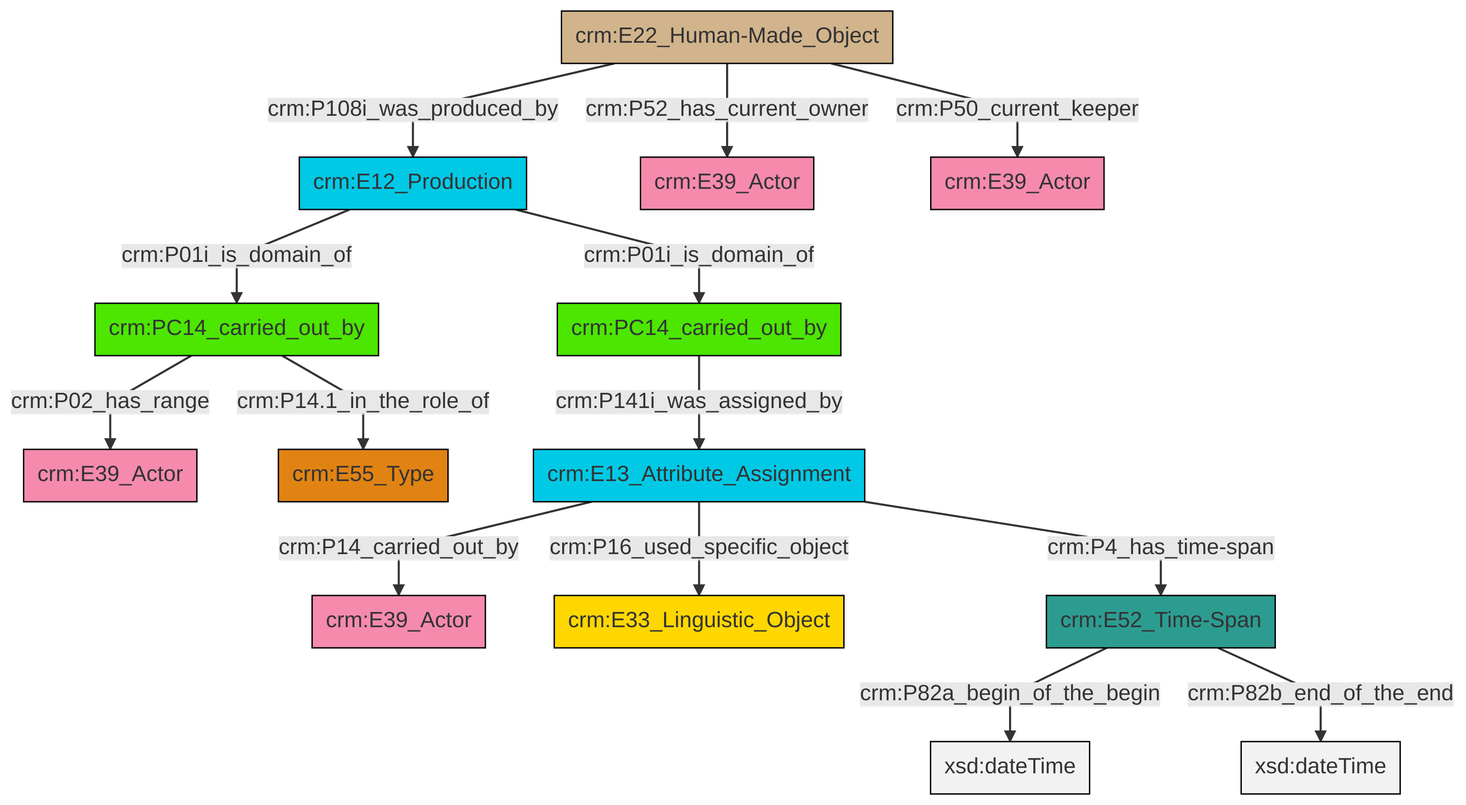
The Mermaid diagram et/carrierCSV/ttl/mmd/png/carrier_relations.png in swiss-art-research-net/docs.swissartresearch, before a commit. Its source is kept beside it as et/carrierCSV/ttl/mmd/carrier_relations.ttl.mmd.
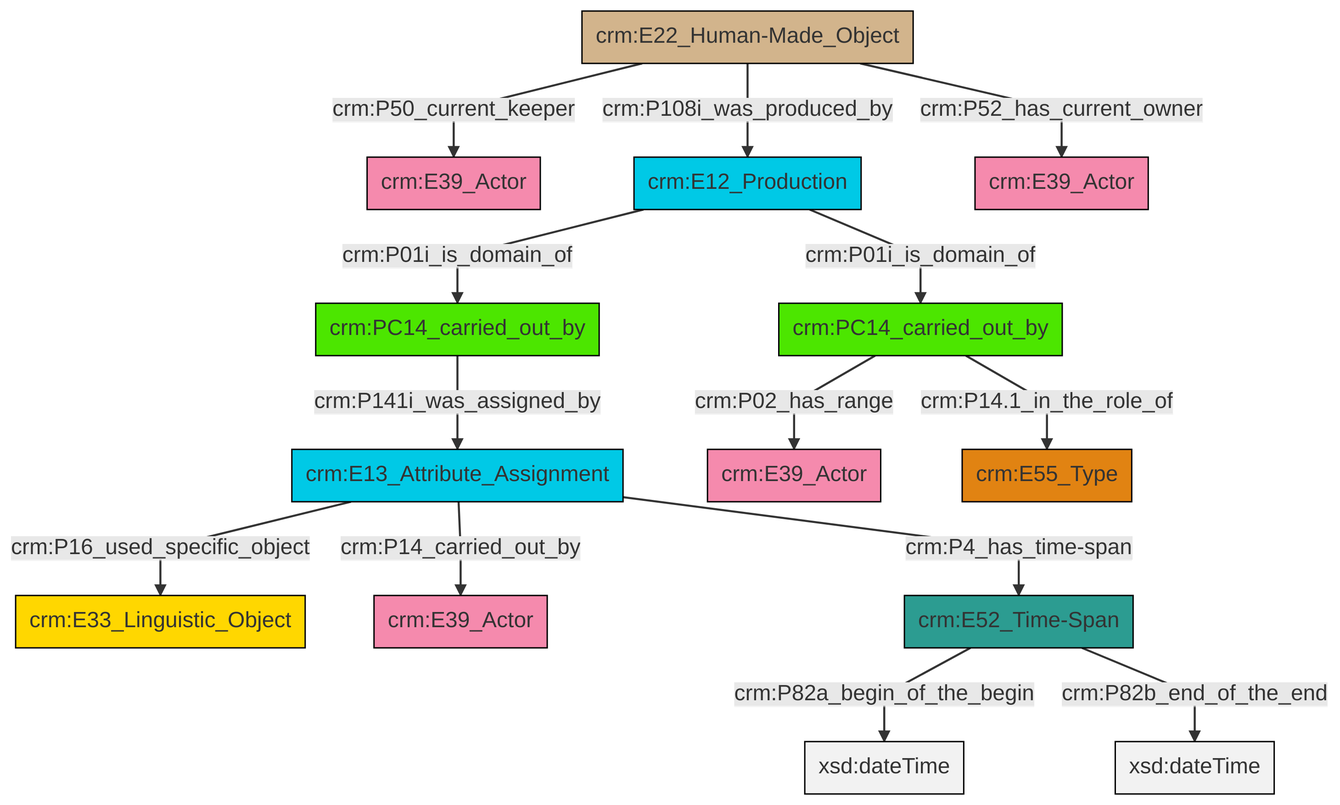
The same diagram one commit later.

The edit, as a diff of the source:
```diff
@@ -13,16 +13,16 @@
 classDef PC_Classes fill:#4ce600, stroke:#000000;
 classDef Multi fill:#cccccc,stroke:#000000;
 
-0["crm:E22_Human-Made_Object"]:::Physical_Thing -->|crm:P108i_was_produced_by| 1["crm:E12_Production"]:::Temporal_Entity
-0["crm:E22_Human-Made_Object"]:::Physical_Thing -->|crm:P52_has_current_owner| 2["crm:E39_Actor"]:::Actor
-7["crm:PC14_carried_out_by"]:::PC_Classes -->|crm:P02_has_range| 5["crm:E39_Actor"]:::Actor
-8["crm:E13_Attribute_Assignment"]:::Temporal_Entity -->|crm:P14_carried_out_by| 9["crm:E39_Actor"]:::Actor
-1["crm:E12_Production"]:::Temporal_Entity -->|crm:P01i_is_domain_of| 7["crm:PC14_carried_out_by"]:::PC_Classes
-10["crm:E52_Time-Span"]:::Time-Span -->|crm:P82a_begin_of_the_begin| 11[xsd:dateTime]:::Literal
-8["crm:E13_Attribute_Assignment"]:::Temporal_Entity -->|crm:P16_used_specific_object| 14["crm:E33_Linguistic_Object"]:::Conceptual_Object
-10["crm:E52_Time-Span"]:::Time-Span -->|crm:P82b_end_of_the_end| 15[xsd:dateTime]:::Literal
-16["crm:PC14_carried_out_by"]:::PC_Classes -->|crm:P141i_was_assigned_by| 8["crm:E13_Attribute_Assignment"]:::Temporal_Entity
-0["crm:E22_Human-Made_Object"]:::Physical_Thing -->|crm:P50_current_keeper| 3["crm:E39_Actor"]:::Actor
-8["crm:E13_Attribute_Assignment"]:::Temporal_Entity -->|crm:P4_has_time-span| 10["crm:E52_Time-Span"]:::Time-Span
-1["crm:E12_Production"]:::Temporal_Entity -->|crm:P01i_is_domain_of| 16["crm:PC14_carried_out_by"]:::PC_Classes
-7["crm:PC14_carried_out_by"]:::PC_Classes -->|crm:P14.1_in_the_role_of| 24["crm:E55_Type"]:::Type
+2["crm:PC14_carried_out_by"]:::PC_Classes -->|crm:P02_has_range| 3["crm:E39_Actor"]:::Actor
+10["crm:E13_Attribute_Assignment"]:::Temporal_Entity -->|crm:P16_used_specific_object| 6["crm:E33_Linguistic_Object"]:::Conceptual_Object
+11["crm:PC14_carried_out_by"]:::PC_Classes -->|crm:P141i_was_assigned_by| 10["crm:E13_Attribute_Assignment"]:::Temporal_Entity
+8["crm:E22_Human-Made_Object"]:::Physical_Thing -->|crm:P50_current_keeper| 0["crm:E39_Actor"]:::Actor
+12["crm:E52_Time-Span"]:::Time-Span -->|crm:P82a_begin_of_the_begin| 14[xsd:dateTime]:::Literal
+12["crm:E52_Time-Span"]:::Time-Span -->|crm:P82b_end_of_the_end| 16[xsd:dateTime]:::Literal
+8["crm:E22_Human-Made_Object"]:::Physical_Thing -->|crm:P108i_was_produced_by| 22["crm:E12_Production"]:::Temporal_Entity
+10["crm:E13_Attribute_Assignment"]:::Temporal_Entity -->|crm:P14_carried_out_by| 17["crm:E39_Actor"]:::Actor
+22["crm:E12_Production"]:::Temporal_Entity -->|crm:P01i_is_domain_of| 11["crm:PC14_carried_out_by"]:::PC_Classes
+22["crm:E12_Production"]:::Temporal_Entity -->|crm:P01i_is_domain_of| 2["crm:PC14_carried_out_by"]:::PC_Classes
+8["crm:E22_Human-Made_Object"]:::Physical_Thing -->|crm:P52_has_current_owner| 4["crm:E39_Actor"]:::Actor
+10["crm:E13_Attribute_Assignment"]:::Temporal_Entity -->|crm:P4_has_time-span| 12["crm:E52_Time-Span"]:::Time-Span
+2["crm:PC14_carried_out_by"]:::PC_Classes -->|crm:P14.1_in_the_role_of| 19["crm:E55_Type"]:::Type
```
